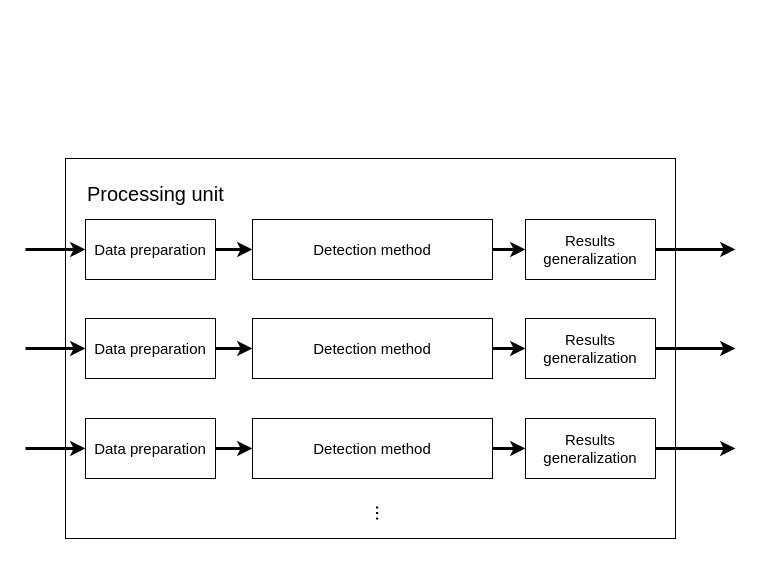
This is page "Processing unit" (3 of 4) of thesis/other-fig/Framework & Client Architecture.drawio from PlayerBerny12/VUT-DIP, a draw.io file, before an edit. Source tidied: cells renumbered, new cells numbered last; positions are measured from the earlier drawing's top-left corner, leaving out a move shared by most shapes. Both pictures are drawn from the tidied source at 100%, with x=0, y=0 at pixel (25, 158).
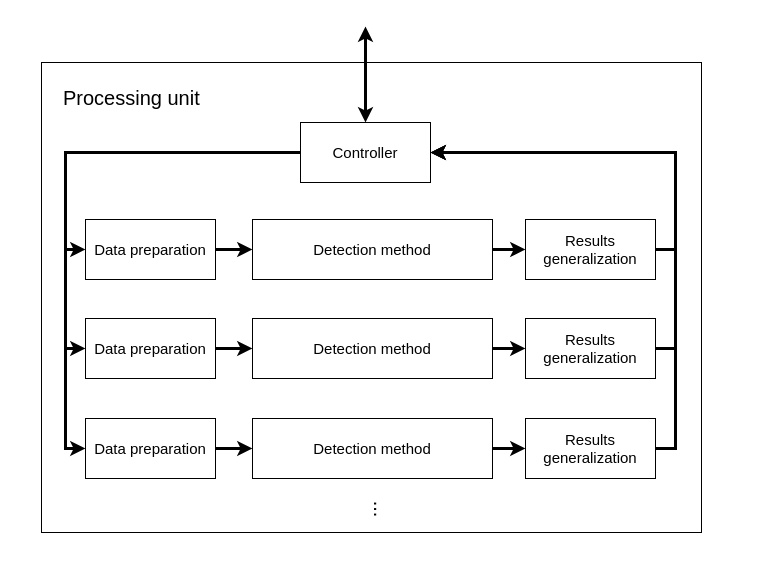
The same page after the edit.

Unchanged cells that the change refers to:
```xml
<mxCell id="4" value="Data preparation" style="rounded=0;whiteSpace=wrap;html=1;fontSize=15;" parent="1" vertex="1">
  <mxGeometry x="60" y="61" width="130" height="60" as="geometry" />
</mxCell>
<mxCell id="7" value="Results generalization" style="rounded=0;whiteSpace=wrap;html=1;fontSize=15;" parent="1" vertex="1">
  <mxGeometry x="500" y="61" width="130" height="60" as="geometry" />
</mxCell>
<mxCell id="11" value="Data preparation" style="rounded=0;whiteSpace=wrap;html=1;fontSize=15;" parent="1" vertex="1">
  <mxGeometry x="60" y="160" width="130" height="60" as="geometry" />
</mxCell>
<mxCell id="14" value="Results generalization" style="rounded=0;whiteSpace=wrap;html=1;fontSize=15;" parent="1" vertex="1">
  <mxGeometry x="500" y="160" width="130" height="60" as="geometry" />
</mxCell>
<mxCell id="18" value="Data preparation" style="rounded=0;whiteSpace=wrap;html=1;fontSize=15;" parent="1" vertex="1">
  <mxGeometry x="60" y="260" width="130" height="60" as="geometry" />
</mxCell>
<mxCell id="21" value="Results generalization" style="rounded=0;whiteSpace=wrap;html=1;fontSize=15;" parent="1" vertex="1">
  <mxGeometry x="500" y="260" width="130" height="60" as="geometry" />
</mxCell>
```

Change to the diagram source:
```diff
@@
     <mxCell id="2" style="rounded=0;whiteSpace=wrap;html=1;fontSize=15;" parent="1" vertex="1">
-      <mxGeometry x="40" width="610" height="380" as="geometry" />
+      <mxGeometry x="16" y="-96" width="660" height="470" as="geometry" />
     </mxCell>
@@
+    <mxCell id="26" style="edgeStyle=orthogonalEdgeStyle;rounded=0;jettySize=auto;html=1;exitX=1;exitY=0.5;exitDx=0;exitDy=0;entryX=1;entryY=0.5;entryDx=0;entryDy=0;strokeWidth=3;" parent="1" edge="1" source="7" target="33">
+      <mxGeometry relative="1" as="geometry" />
+    </mxCell>
@@
-    <mxCell id="8" style="endArrow=classic;html=1;rounded=0;strokeWidth=3;fontSize=15;entryX=0;entryY=0.5;entryDx=0;entryDy=0;" parent="1" edge="1" target="4">
-      <mxGeometry relative="1" as="geometry">
-        <mxPoint y="91" as="sourcePoint" />
-      </mxGeometry>
-    </mxCell>
-    <mxCell id="9" style="endArrow=classic;html=1;rounded=0;strokeWidth=3;fontSize=15;exitX=1;exitY=0.5;exitDx=0;exitDy=0;" parent="1" edge="1" source="7">
-      <mxGeometry relative="1" as="geometry">
-        <mxPoint x="710" y="91" as="targetPoint" />
-      </mxGeometry>
-    </mxCell>
@@
+    <mxCell id="27" style="edgeStyle=orthogonalEdgeStyle;rounded=0;jettySize=auto;html=1;exitX=1;exitY=0.5;exitDx=0;exitDy=0;entryX=1;entryY=0.5;entryDx=0;entryDy=0;strokeWidth=3;" parent="1" edge="1" source="14" target="33">
+      <mxGeometry relative="1" as="geometry" />
+    </mxCell>
@@
-    <mxCell id="15" style="endArrow=classic;html=1;rounded=0;strokeWidth=3;fontSize=15;entryX=0;entryY=0.5;entryDx=0;entryDy=0;" parent="1" edge="1" target="11">
-      <mxGeometry relative="1" as="geometry">
-        <mxPoint y="190" as="sourcePoint" />
-      </mxGeometry>
-    </mxCell>
-    <mxCell id="16" style="endArrow=classic;html=1;rounded=0;strokeWidth=3;fontSize=15;exitX=1;exitY=0.5;exitDx=0;exitDy=0;" parent="1" edge="1" source="14">
-      <mxGeometry relative="1" as="geometry">
-        <mxPoint x="710" y="190" as="targetPoint" />
-      </mxGeometry>
-    </mxCell>
@@
+    <mxCell id="28" style="edgeStyle=orthogonalEdgeStyle;rounded=0;jettySize=auto;html=1;exitX=1;exitY=0.5;exitDx=0;exitDy=0;entryX=1;entryY=0.5;entryDx=0;entryDy=0;strokeWidth=3;" parent="1" edge="1" source="21" target="33">
+      <mxGeometry relative="1" as="geometry" />
+    </mxCell>
@@
-    <mxCell id="22" style="endArrow=classic;html=1;rounded=0;strokeWidth=3;fontSize=15;entryX=0;entryY=0.5;entryDx=0;entryDy=0;" parent="1" edge="1" target="18">
-      <mxGeometry relative="1" as="geometry">
-        <mxPoint y="290" as="sourcePoint" />
-      </mxGeometry>
-    </mxCell>
-    <mxCell id="23" style="endArrow=classic;html=1;rounded=0;strokeWidth=3;fontSize=15;exitX=1;exitY=0.5;exitDx=0;exitDy=0;" parent="1" edge="1" source="21">
-      <mxGeometry relative="1" as="geometry">
-        <mxPoint x="710" y="290" as="targetPoint" />
-      </mxGeometry>
-    </mxCell>
     <mxCell id="24" value="..." style="text;strokeColor=none;fillColor=none;align=center;verticalAlign=middle;whiteSpace=wrap;rounded=0;fontSize=20;direction=west;rotation=90;" parent="1" vertex="1">
-      <mxGeometry x="329" y="340" width="60" height="30" as="geometry" />
+      <mxGeometry x="327" y="336" width="60" height="30" as="geometry" />
     </mxCell>
     <mxCell id="25" value="Processing unit" style="text;html=1;strokeColor=none;fillColor=none;align=left;verticalAlign=middle;whiteSpace=wrap;rounded=0;fontSize=20;" parent="1" vertex="1">
-      <mxGeometry x="60" y="20" width="180" height="30" as="geometry" />
+      <mxGeometry x="36" y="-76" width="180" height="30" as="geometry" />
     </mxCell>
+    <mxCell id="29" style="edgeStyle=orthogonalEdgeStyle;rounded=0;jettySize=auto;html=1;exitX=0;exitY=0.5;exitDx=0;exitDy=0;entryX=0;entryY=0.5;entryDx=0;entryDy=0;strokeWidth=3;" parent="1" edge="1" source="33" target="4">
+      <mxGeometry relative="1" as="geometry" />
+    </mxCell>
+    <mxCell id="30" style="edgeStyle=orthogonalEdgeStyle;rounded=0;jettySize=auto;html=1;exitX=0;exitY=0.5;exitDx=0;exitDy=0;entryX=0;entryY=0.5;entryDx=0;entryDy=0;strokeWidth=3;" parent="1" edge="1" source="33" target="11">
+      <mxGeometry relative="1" as="geometry" />
+    </mxCell>
+    <mxCell id="31" style="edgeStyle=orthogonalEdgeStyle;rounded=0;jettySize=auto;html=1;exitX=0;exitY=0.5;exitDx=0;exitDy=0;entryX=0;entryY=0.5;entryDx=0;entryDy=0;strokeWidth=3;" parent="1" edge="1" source="33" target="18">
+      <mxGeometry relative="1" as="geometry" />
+    </mxCell>
+    <mxCell id="32" style="edgeStyle=orthogonalEdgeStyle;rounded=0;jettySize=auto;html=1;exitX=0.5;exitY=0;exitDx=0;exitDy=0;strokeWidth=3;startArrow=classic;startFill=1;" parent="1" edge="1" source="33">
+      <mxGeometry relative="1" as="geometry">
+        <mxPoint x="340" y="-132" as="targetPoint" />
+        <Array as="points">
+          <mxPoint x="340" y="-126" />
+        </Array>
+      </mxGeometry>
+    </mxCell>
+    <mxCell id="33" value="&lt;div&gt;Controller&lt;/div&gt;" style="rounded=0;whiteSpace=wrap;html=1;fontSize=15;" parent="1" vertex="1">
+      <mxGeometry x="275" y="-36" width="130" height="60" as="geometry" />
+    </mxCell>
```
